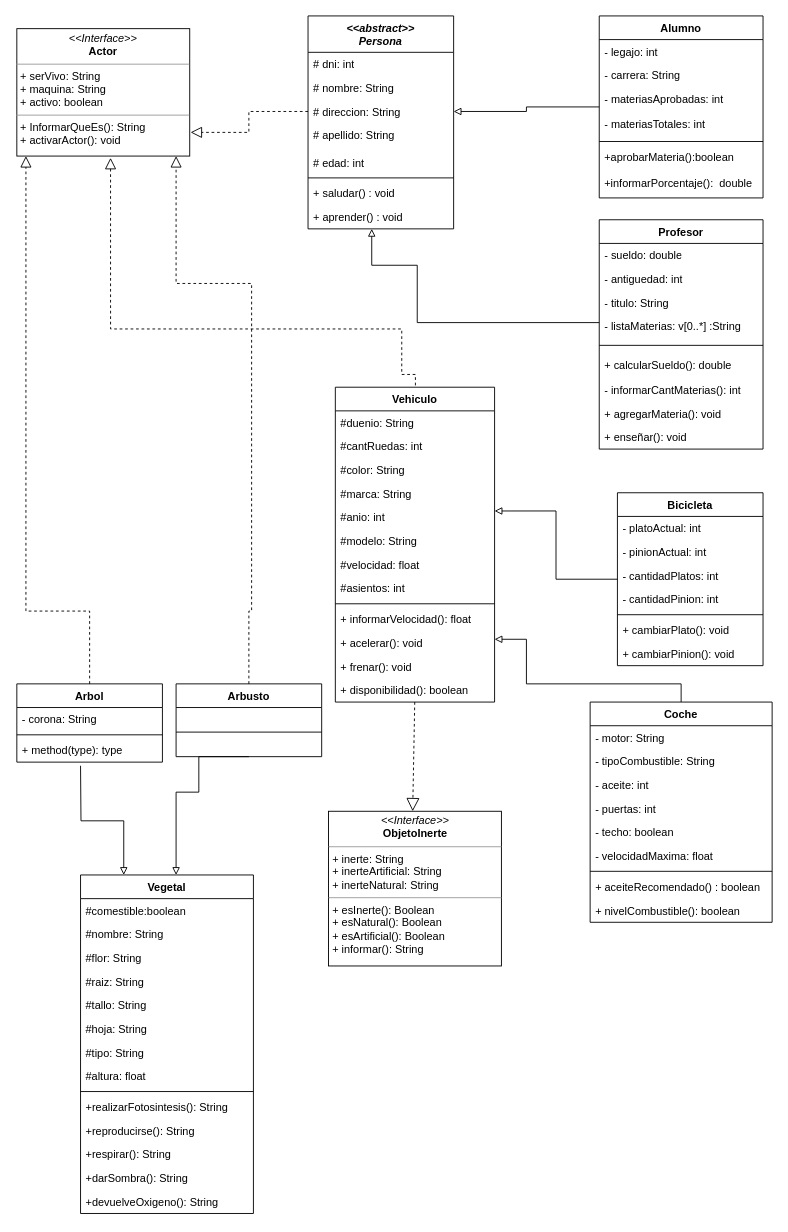
Above: Untitled Diagram.drawio in alex90o/DiagramaDeClasesTpDigit (draw.io), before the change. Source tidied: cells renumbered, new cells numbered last; positions are measured from the earlier drawing's top-left corner, leaving out a move shared by most shapes. Both pictures are drawn from the tidied source at 91%, with x=0, y=0 at pixel (16, 15).
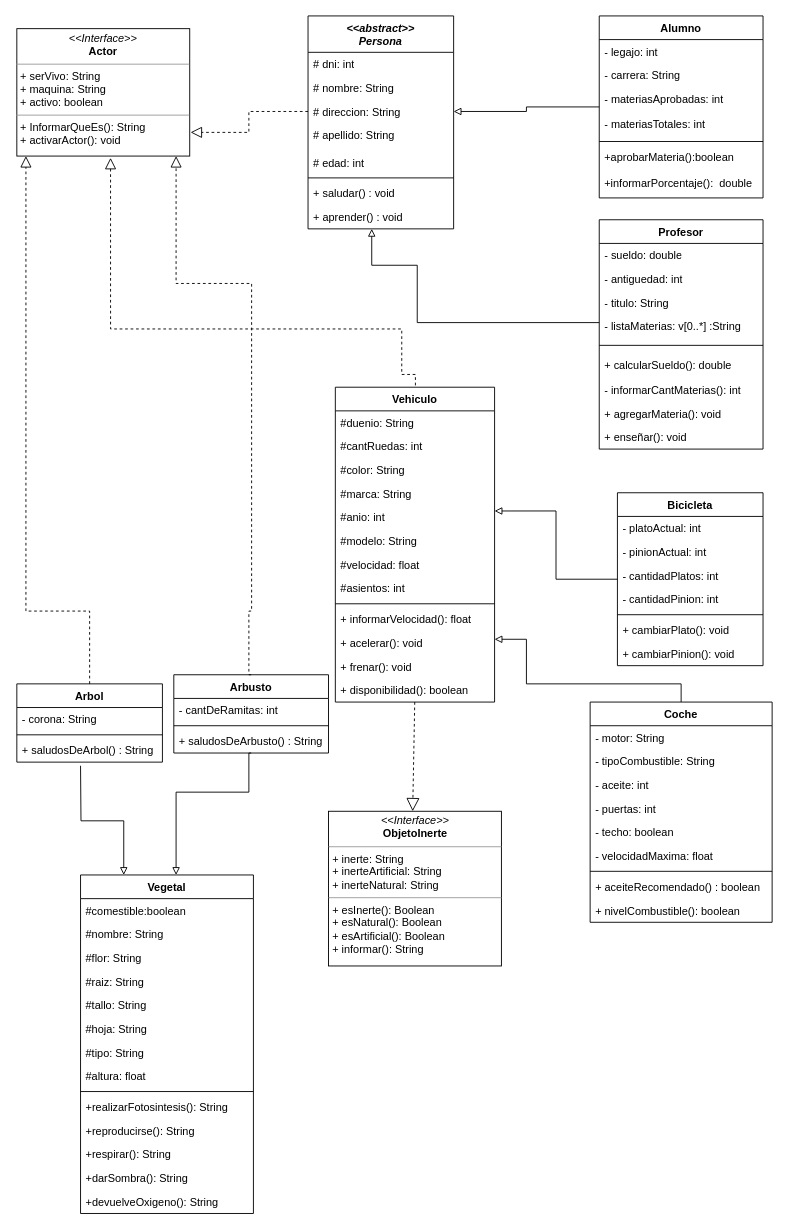
Above is the later version.

The change refers to these unchanged cells:
```xml
<mxCell id="84" value="Arbol&#10;" style="swimlane;fontStyle=1;align=center;verticalAlign=top;horizontal=1;startSize=26;" parent="1" vertex="1">
  <mxGeometry y="734" width="160" height="86" as="geometry" />
</mxCell>
```

Change to the diagram source:
```diff
@@
-    <mxCell id="87" value="+ method(type): type" style="text;strokeColor=none;fillColor=none;align=left;verticalAlign=top;spacingLeft=4;spacingRight=4;overflow=hidden;" parent="84" vertex="1">
+    <mxCell id="87" value="+ saludosDeArbol() : String" style="text;strokeColor=none;fillColor=none;align=left;verticalAlign=top;spacingLeft=4;spacingRight=4;overflow=hidden;" parent="84" vertex="1">
       <mxGeometry y="60" width="160" height="26" as="geometry" />
     </mxCell>
     <mxCell id="88" value="Arbusto" style="swimlane;fontStyle=1;align=center;verticalAlign=top;horizontal=1;startSize=26;" parent="1" vertex="1">
-      <mxGeometry x="175" y="734" width="160" height="80" as="geometry" />
+      <mxGeometry x="172.5" y="724" width="170" height="86" as="geometry" />
     </mxCell>
+    <mxCell id="95" value="- cantDeRamitas: int" style="text;strokeColor=none;fillColor=none;align=left;verticalAlign=top;spacingLeft=4;spacingRight=4;overflow=hidden;" parent="88" vertex="1">
+      <mxGeometry y="26" width="170" height="26" as="geometry" />
+    </mxCell>
     <mxCell id="89" style="line;strokeWidth=1;fillColor=none;align=left;verticalAlign=middle;spacingTop=-1;spacingLeft=3;spacingRight=3;labelPosition=right;" parent="88" vertex="1">
-      <mxGeometry y="26" width="160" height="54" as="geometry" />
+      <mxGeometry y="52" width="170" height="8" as="geometry" />
     </mxCell>
+    <mxCell id="96" value="+ saludosDeArbusto() : String" style="text;strokeColor=none;fillColor=none;align=left;verticalAlign=top;spacingLeft=4;spacingRight=4;overflow=hidden;" parent="88" vertex="1">
+      <mxGeometry y="60" width="170" height="26" as="geometry" />
+    </mxCell>
@@
     <mxCell id="91" style="edgeStyle=orthogonalEdgeStyle;rounded=0;jettySize=auto;html=1;entryX=0.25;entryY=0;entryDx=0;entryDy=0;endArrow=block;endFill=0;exitX=0.5;exitY=1;exitDx=0;exitDy=0;" parent="1" edge="1" source="88">
       <mxGeometry relative="1" as="geometry">
         <mxPoint x="175" y="944" as="targetPoint" />
         <Array as="points">
-          <mxPoint x="200" y="814" />
-          <mxPoint x="200" y="853" />
+          <mxPoint x="255" y="853" />
           <mxPoint x="175" y="853" />
         </Array>
       </mxGeometry>
     </mxCell>
```
